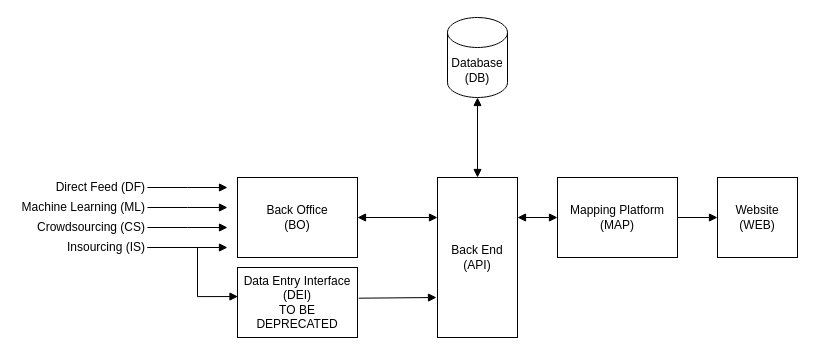
The draw.io diagram docs/Diagrams/Untitled Diagram.drawio in TheIOFoundation/ProjectLockdown, before the edit. Source tidied: cells renumbered, new cells numbered last; positions are measured from the earlier drawing's top-left corner, leaving out a move shared by most shapes. Both pictures are drawn from the tidied source at 100%, with x=0, y=0 at pixel (17, 17).
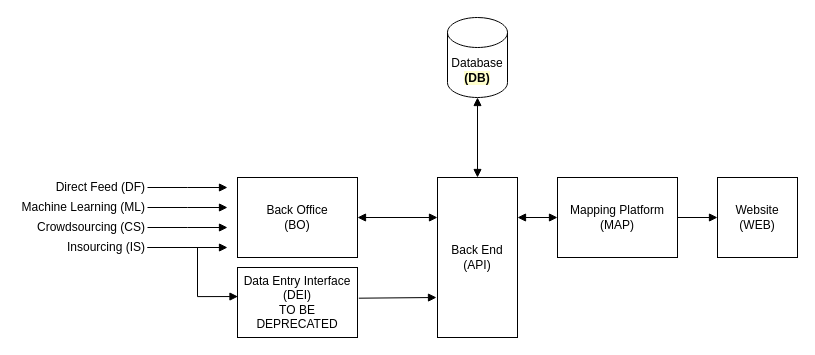
The same diagram, later.

Diff of the diagram source:
```diff
@@
-    <mxCell id="3" value="Database&lt;br&gt;(DB)" style="shape=cylinder3;whiteSpace=wrap;html=1;boundedLbl=1;backgroundOutline=1;size=15;" parent="1" vertex="1">
+    <mxCell id="3" value="Database&lt;br&gt;&lt;span style=&quot;background-color: rgb(255 , 255 , 204)&quot;&gt;&lt;b&gt;(DB)&lt;/b&gt;&lt;/span&gt;" style="shape=cylinder3;whiteSpace=wrap;html=1;boundedLbl=1;backgroundOutline=1;size=15;" parent="1" vertex="1">
       <mxGeometry x="430" width="60" height="80" as="geometry" />
     </mxCell>
```
